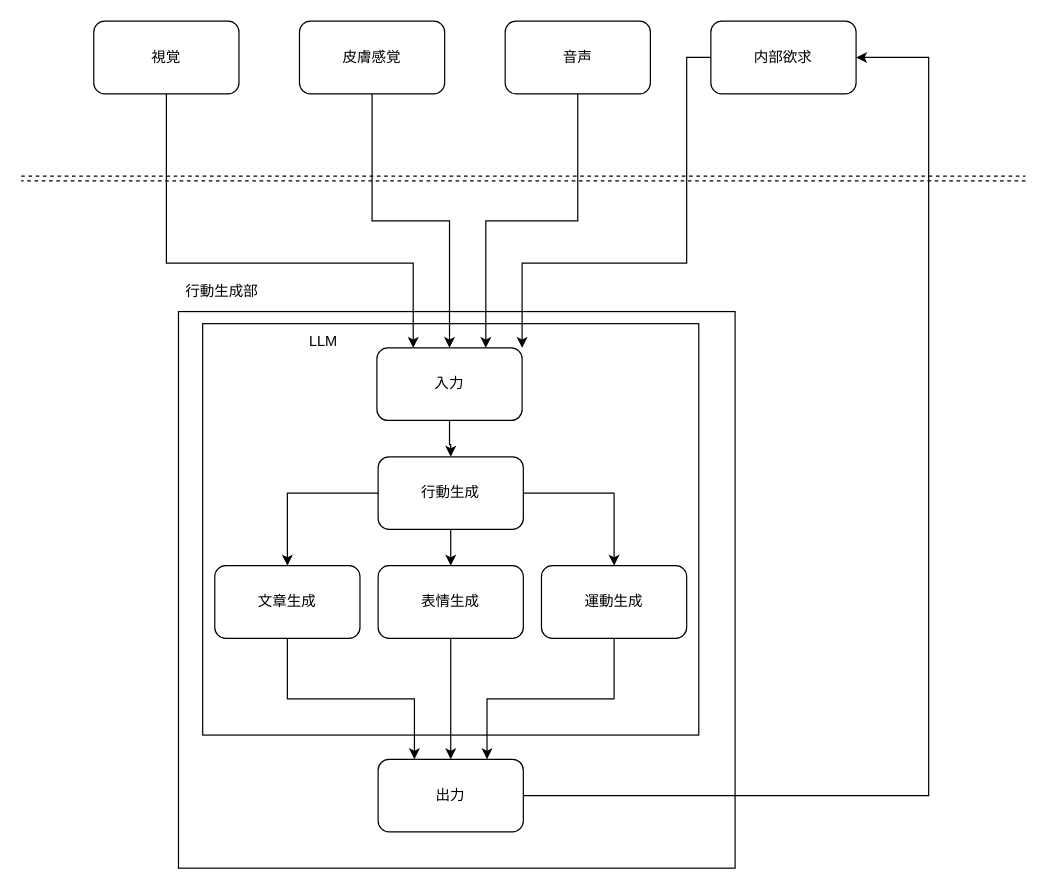
Earlier version of the draw.io diagram page "ページ1" (1 of 4) of kotoha_architecture.drawio (robotKR/kotoha). Source tidied: cells renumbered, new cells numbered last; positions are measured from the earlier drawing's top-left corner, leaving out a move shared by most shapes. Both pictures are drawn from the tidied source at 121%, with x=0, y=0 at pixel (21, 21).
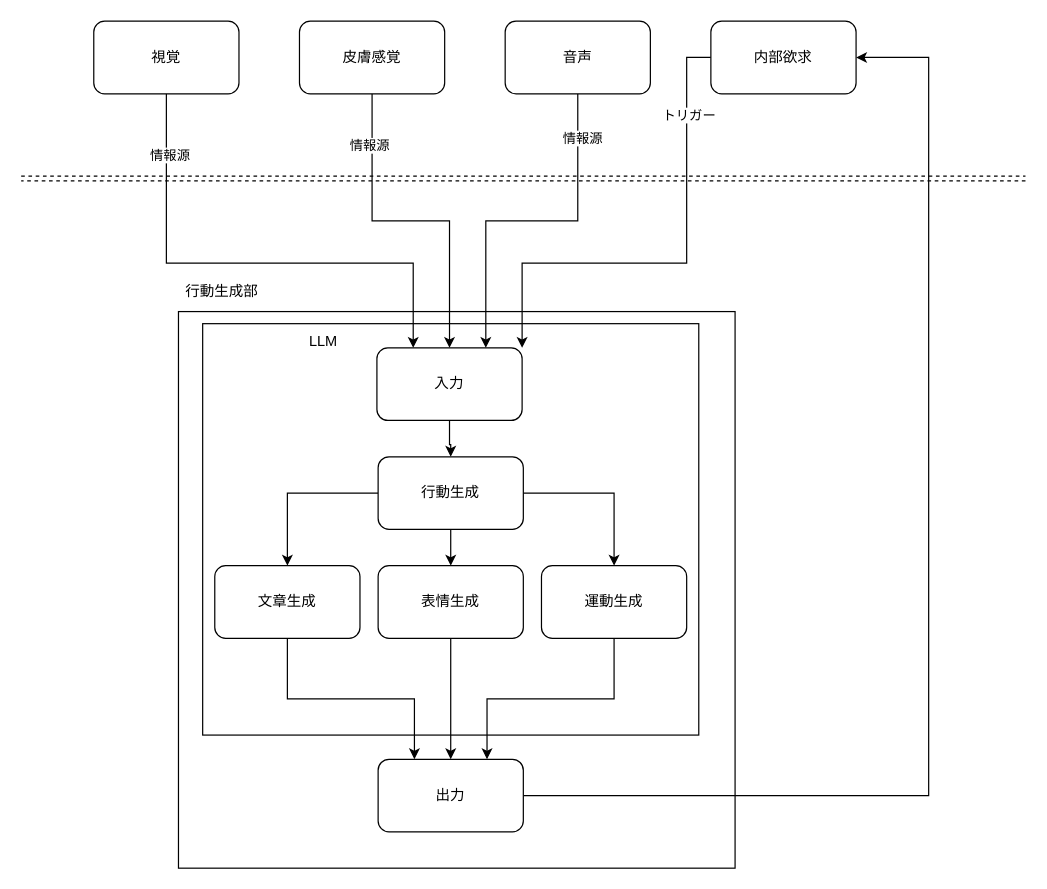
Above is the later version.

Commit message:
kotoha_architecture.drawio を更新します

The change refers to these unchanged cells:
```xml
<mxCell id="6" style="edgeStyle=orthogonalEdgeStyle;rounded=0;jettySize=auto;html=1;entryX=0.25;entryY=0;entryDx=0;entryDy=0;" parent="1" edge="1" source="7" target="5">
  <mxGeometry relative="1" as="geometry">
    <Array as="points">
      <mxPoint x="120" y="200" />
      <mxPoint x="324" y="200" />
    </Array>
  </mxGeometry>
</mxCell>
<mxCell id="9" style="edgeStyle=orthogonalEdgeStyle;rounded=0;jettySize=auto;html=1;entryX=1;entryY=0;entryDx=0;entryDy=0;" parent="1" edge="1" source="10" target="5">
  <mxGeometry relative="1" as="geometry">
    <Array as="points">
      <mxPoint x="550" y="30" />
      <mxPoint x="550" y="200" />
      <mxPoint x="414" y="200" />
    </Array>
  </mxGeometry>
</mxCell>
<mxCell id="11" style="edgeStyle=orthogonalEdgeStyle;rounded=0;jettySize=auto;html=1;entryX=0.5;entryY=0;entryDx=0;entryDy=0;" parent="1" edge="1" source="12" target="5">
  <mxGeometry relative="1" as="geometry" />
</mxCell>
<mxCell id="13" style="edgeStyle=orthogonalEdgeStyle;rounded=0;jettySize=auto;html=1;entryX=0.75;entryY=0;entryDx=0;entryDy=0;" parent="1" edge="1" source="14" target="5">
  <mxGeometry relative="1" as="geometry" />
</mxCell>
```

Change to the diagram source:
```diff
@@
+    <mxCell id="29" value="情報源" style="edgeLabel;html=1;align=center;verticalAlign=middle;" parent="6" vertex="1">
+      <mxGeometry x="-0.76" y="2" relative="1" as="geometry" />
+    </mxCell>
@@
+    <mxCell id="30" value="トリガー" style="edgeLabel;html=1;align=center;verticalAlign=middle;" parent="9" vertex="1">
+      <mxGeometry x="-0.66" y="1" relative="1" as="geometry" />
+    </mxCell>
@@
+    <mxCell id="31" value="情報源" style="edgeLabel;html=1;align=center;verticalAlign=middle;" parent="11" vertex="1">
+      <mxGeometry x="-0.69" y="-3" relative="1" as="geometry" />
+    </mxCell>
@@
+    <mxCell id="32" value="情報源" style="edgeLabel;html=1;align=center;verticalAlign=middle;" parent="13" vertex="1">
+      <mxGeometry x="-0.75" y="3" relative="1" as="geometry" />
+    </mxCell>
```
